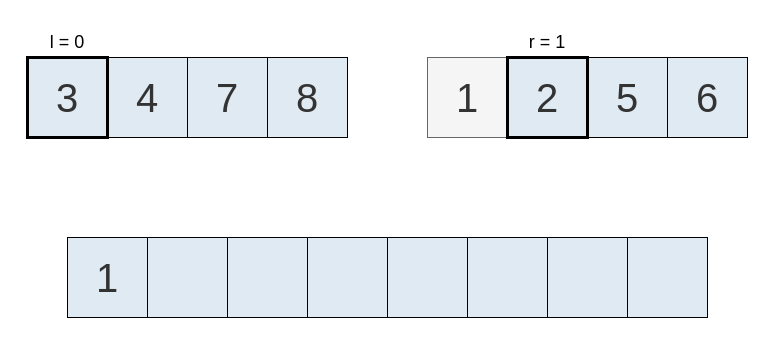
Earlier version of the draw.io diagram page "3" (4 of 14) of teoria/04_estructuras_y_algoritmos/imgs/03/merge_sort_fusion.drawio (ee-unr/programacion-2). Source tidied: cells renumbered, new cells numbered last; positions are measured from the earlier drawing's top-left corner, leaving out a move shared by most shapes. Both pictures are drawn from the tidied source at 100%, with x=0, y=0 at pixel (17, 27).
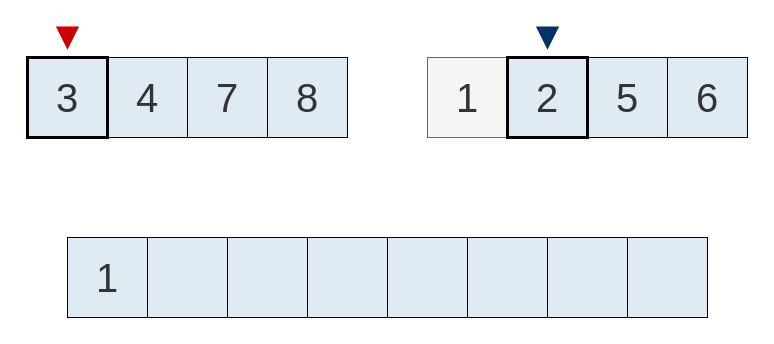
The same diagram, later.

Unchanged cells that the change refers to:
```xml
<mxCell id="18" style="group;" parent="1" vertex="1">
  <mxGeometry x="490" width="80" height="110" as="geometry" />
</mxCell>
```

What changed in the source:
```diff
@@
+    <mxCell id="21" style="rounded=0;whiteSpace=wrap;html=1;fillColor=none;strokeColor=none;" parent="1" vertex="1">
+      <mxGeometry y="-10" width="740" height="310" as="geometry" />
+    </mxCell>
@@
-    <mxCell id="17" value="&lt;font style=&quot;font-size: 18px;&quot; face=&quot;Cascadia Code&quot;&gt;l = 0&lt;/font&gt;" style="text;html=1;align=center;verticalAlign=middle;whiteSpace=wrap;rounded=0;" parent="1" vertex="1">
-      <mxGeometry x="20" width="60" height="30" as="geometry" />
-    </mxCell>
@@
-    <mxCell id="20" value="&lt;font style=&quot;font-size: 18px;&quot; face=&quot;Cascadia Code&quot;&gt;r = 1&lt;/font&gt;" style="text;html=1;align=center;verticalAlign=middle;whiteSpace=wrap;rounded=0;" parent="18" vertex="1">
-      <mxGeometry x="10" width="60" height="30" as="geometry" />
-    </mxCell>
-    <mxCell id="21" style="rounded=0;whiteSpace=wrap;html=1;fillColor=none;strokeColor=none;" parent="1" vertex="1">
-      <mxGeometry width="740" height="300" as="geometry" />
-    </mxCell>
+    <mxCell id="22" style="triangle;whiteSpace=wrap;html=1;rotation=90;fillColor=#003366;strokeColor=#003366;strokeWidth=2;" parent="18" vertex="1">
+      <mxGeometry x="30" width="20" height="20" as="geometry" />
+    </mxCell>
+    <mxCell id="23" style="triangle;whiteSpace=wrap;html=1;rotation=90;fillColor=#CC0000;strokeColor=#CC0000;strokeWidth=2;" parent="1" vertex="1">
+      <mxGeometry x="40" width="20" height="20" as="geometry" />
+    </mxCell>
```
